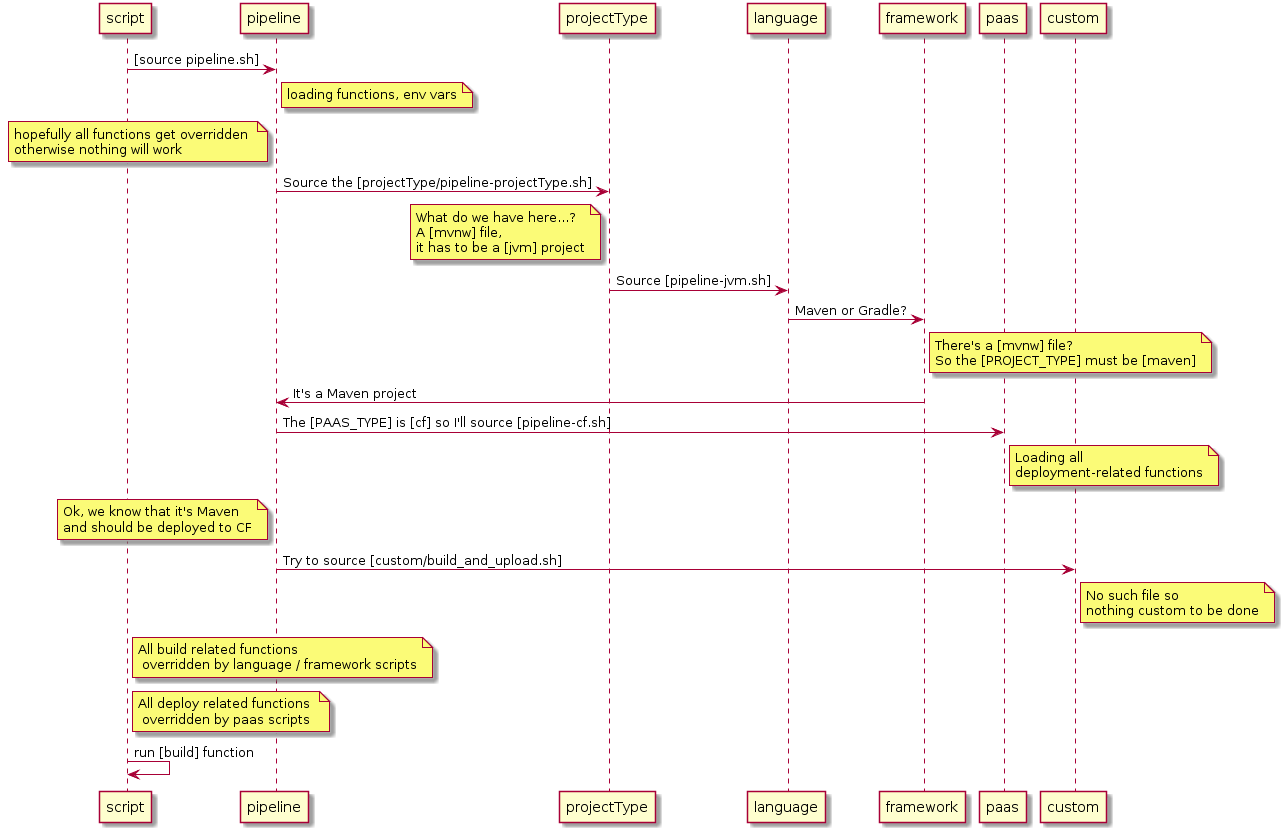
Above: docs/build-and-deployment.png in spring-attic/cloudpipelines-scripts (PlantUML), before the change.
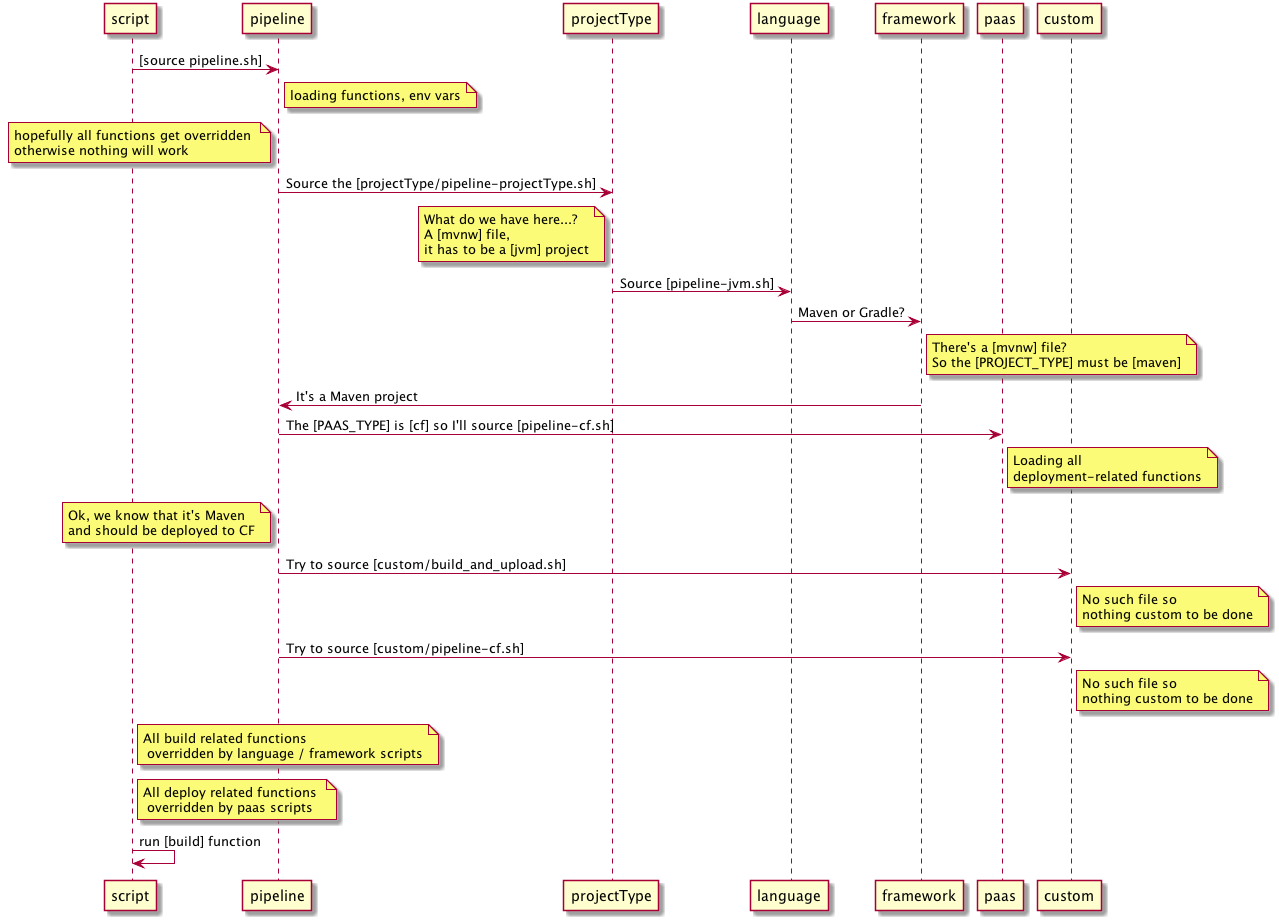
The same file after the commit.

What changed in the source:
```diff
@@ -13,6 +13,8 @@
 note left of pipeline: Ok, we know that it's Maven \nand should be deployed to CF
 pipeline->custom: Try to source [custom/build_and_upload.sh]
 note right of custom: No such file so \nnothing custom to be done
+pipeline->custom: Try to source [custom/pipeline-cf.sh]
+note right of custom: No such file so \nnothing custom to be done
 note right of script: All build related functions \n overridden by language / framework scripts
 note right of script: All deploy related functions \n overridden by paas scripts
 script->script: run [build] function
```
